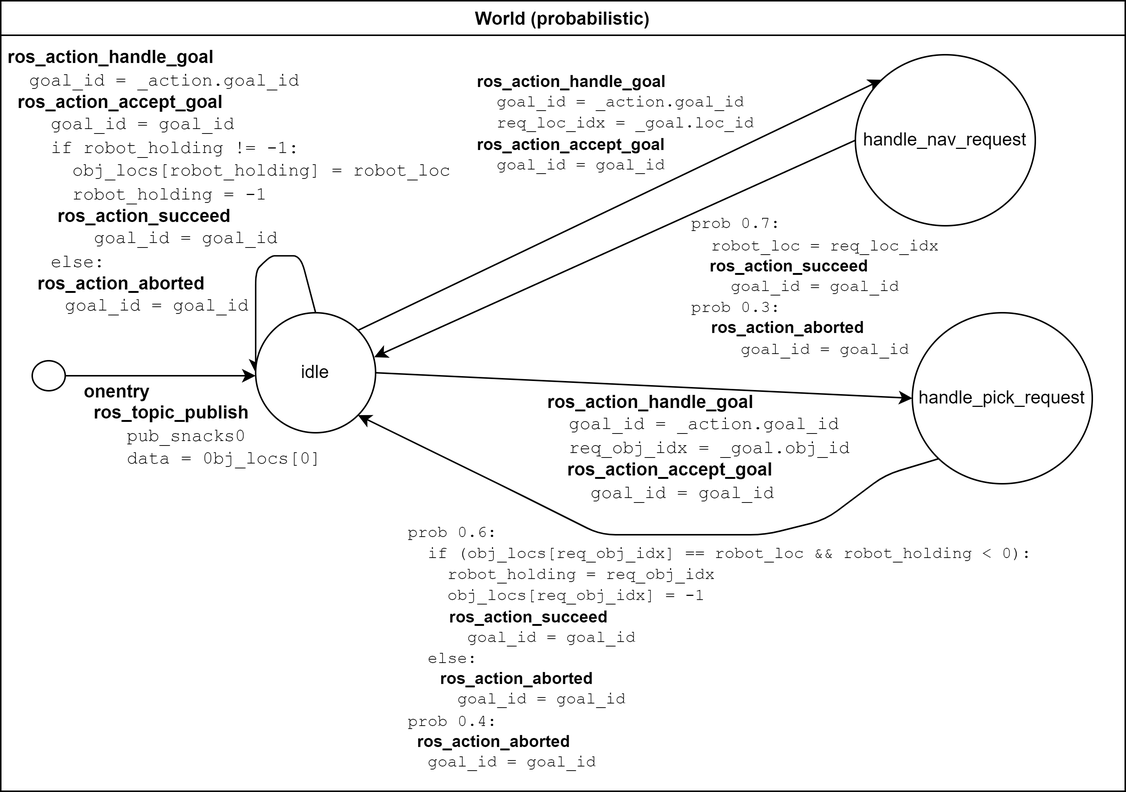
This is docs/source/graphics/scxml_tutorial_ros_fetch_and_carry_world_probabilistic.drawio.png from convince-project/AS2FM, a draw.io export, as it was before one commit. Source tidied: cells renumbered, new cells last; positions are measured from the earlier drawing's top-left corner, leaving out a move shared by most shapes.
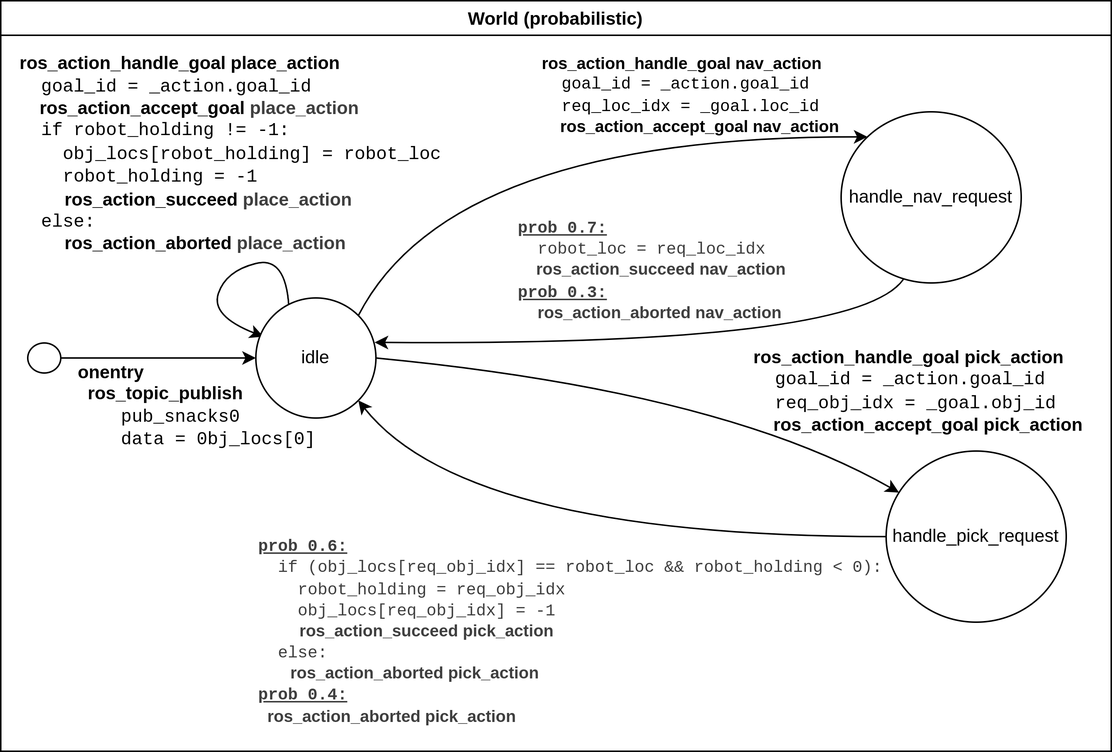
After the change.

Diff of the diagram source:
```diff
@@ -4,78 +4,82 @@
     <mxCell id="1" parent="0" />
     <mxCell id="2" style="edgeStyle=none;html=1;" parent="1" edge="1">
       <mxGeometry relative="1" as="geometry">
-        <mxPoint x="180" y="227" as="sourcePoint" />
-        <mxPoint x="180" y="227" as="targetPoint" />
+        <mxPoint x="190" y="250" as="sourcePoint" />
+        <mxPoint x="190" y="250" as="targetPoint" />
       </mxGeometry>
     </mxCell>
     <mxCell id="3" value="World (probabilistic)" style="swimlane;" parent="1" vertex="1">
-      <mxGeometry width="750" height="527" as="geometry" />
+      <mxGeometry width="740" height="500" as="geometry" />
     </mxCell>
-    <mxCell id="4" style="edgeStyle=none;html=1;exitX=1;exitY=0.5;exitDx=0;exitDy=0;entryX=0;entryY=0.5;entryDx=0;entryDy=0;fontFamily=Helvetica;fontSize=11;fontColor=default;" parent="3" edge="1" source="13" target="15">
-      <mxGeometry relative="1" as="geometry" />
+    <mxCell id="4" style="edgeStyle=none;html=1;exitX=1;exitY=0.5;exitDx=0;exitDy=0;fontFamily=Helvetica;fontSize=11;fontColor=default;rounded=0;curved=1;" parent="3" edge="1" source="13" target="15">
+      <mxGeometry relative="1" as="geometry">
+        <Array as="points">
+          <mxPoint x="480" y="260" />
+        </Array>
+      </mxGeometry>
     </mxCell>
-    <mxCell id="5" style="edgeStyle=none;html=1;entryX=0;entryY=0.5;entryDx=0;entryDy=0;exitX=0.5;exitY=0;exitDx=0;exitDy=0;" parent="3" edge="1" source="13" target="13">
+    <mxCell id="5" style="edgeStyle=none;html=1;entryX=0.063;entryY=0.322;entryDx=0;entryDy=0;exitX=0.275;exitY=0.075;exitDx=0;exitDy=0;rounded=0;curved=1;entryPerimeter=0;exitPerimeter=0;" parent="3" edge="1" source="13" target="13">
       <mxGeometry relative="1" as="geometry">
         <Array as="points">
-          <mxPoint x="200" y="170" />
           <mxPoint x="190" y="170" />
-          <mxPoint x="180" y="170" />
-          <mxPoint x="170" y="180" />
+          <mxPoint x="150" y="180" />
+          <mxPoint x="140" y="210" />
         </Array>
       </mxGeometry>
     </mxCell>
-    <mxCell id="6" value="&lt;b&gt;ros_action_handle_goal&lt;/b&gt;&lt;br&gt;&lt;font face=&quot;Courier New&quot;&gt;&amp;nbsp; goal_id = _action.goal_id&lt;/font&gt;&lt;br&gt;&amp;nbsp; &lt;b&gt;ros_action_accept_goal&lt;/b&gt;&lt;br&gt;&lt;font face=&quot;Courier New&quot;&gt;&amp;nbsp; &amp;nbsp; goal_id = goal_id&lt;br&gt;&amp;nbsp; &amp;nbsp; if robot_holding != -1:&lt;br&gt;&amp;nbsp; &amp;nbsp; &amp;nbsp; obj_locs[robot_holding] = robot_loc&lt;br&gt;&amp;nbsp; &amp;nbsp; &amp;nbsp; robot_holding = -1&lt;/font&gt;&lt;br&gt;&amp;nbsp; &amp;nbsp; &amp;nbsp; &amp;nbsp; &amp;nbsp;&amp;nbsp;&lt;b&gt;ros_action_succeed&lt;/b&gt;&lt;br&gt;&lt;font face=&quot;Courier New&quot;&gt;&amp;nbsp; &amp;nbsp; &amp;nbsp; &amp;nbsp; goal_id = goal_id&lt;br&gt;&amp;nbsp; &amp;nbsp; else:&lt;/font&gt;&lt;br&gt;&amp;nbsp; &amp;nbsp; &amp;nbsp; &lt;b&gt;ros_action_aborted&lt;/b&gt;&lt;br&gt;&amp;nbsp; &amp;nbsp; &amp;nbsp;&lt;font face=&quot;Courier New&quot;&gt; &amp;nbsp; goal_id = goal_id&lt;/font&gt;" style="text;strokeColor=none;align=left;fillColor=none;html=1;verticalAlign=middle;whiteSpace=wrap;rounded=0;" parent="3" vertex="1">
-      <mxGeometry x="3" y="66" width="299" height="110" as="geometry" />
-    </mxCell>
+    <mxCell id="20" value="&lt;b&gt;ros_action_handle_goal place_action&lt;/b&gt;&lt;br&gt;&lt;font face=&quot;Courier New&quot;&gt;&amp;nbsp; goal_id = _action.goal_id&lt;/font&gt;&lt;br&gt;&amp;nbsp; &amp;nbsp;&amp;nbsp;&lt;b&gt;ros_action_accept_goal&amp;nbsp;&lt;/b&gt;&lt;b style=&quot;color: rgb(63, 63, 63); scrollbar-color: rgb(226, 226, 226) rgb(251, 251, 251);&quot;&gt;place_action&lt;/b&gt;&lt;br&gt;&lt;font face=&quot;Courier New&quot;&gt;&amp;nbsp; if robot_holding != -1:&lt;br&gt;&amp;nbsp; &amp;nbsp; obj_locs[robot_holding] = robot_loc&lt;br&gt;&amp;nbsp; &amp;nbsp; robot_holding = -1&lt;/font&gt;&lt;br&gt;&amp;nbsp; &amp;nbsp; &amp;nbsp; &amp;nbsp; &amp;nbsp;&lt;b&gt;ros_action_succeed&amp;nbsp;&lt;/b&gt;&lt;b style=&quot;color: rgb(63, 63, 63); scrollbar-color: rgb(226, 226, 226) rgb(251, 251, 251);&quot;&gt;place_action&lt;/b&gt;&lt;br&gt;&lt;font face=&quot;Courier New&quot;&gt;&amp;nbsp; else:&lt;/font&gt;&lt;br&gt;&amp;nbsp; &amp;nbsp; &amp;nbsp; &amp;nbsp; &amp;nbsp;&lt;b&gt;ros_action_aborted&amp;nbsp;&lt;/b&gt;&lt;b style=&quot;color: rgb(63, 63, 63); scrollbar-color: rgb(226, 226, 226) rgb(251, 251, 251);&quot;&gt;place_action&lt;/b&gt;" style="text;strokeColor=none;align=left;fillColor=none;html=1;verticalAlign=middle;whiteSpace=wrap;rounded=0;" parent="3" vertex="1">
+      <mxGeometry x="11" y="47" width="299" height="110" as="geometry" />
+    </mxCell>
-    <mxCell id="7" style="edgeStyle=none;html=1;exitX=0;exitY=0.5;exitDx=0;exitDy=0;entryX=0.989;entryY=0.37;entryDx=0;entryDy=0;fontFamily=Helvetica;fontSize=11;fontColor=default;entryPerimeter=0;" parent="3" edge="1" source="14" target="13">
-      <mxGeometry relative="1" as="geometry" />
+    <mxCell id="7" style="edgeStyle=none;html=1;exitX=0.345;exitY=0.98;exitDx=0;exitDy=0;entryX=0.989;entryY=0.37;entryDx=0;entryDy=0;fontFamily=Helvetica;fontSize=11;fontColor=default;entryPerimeter=0;rounded=0;curved=1;exitPerimeter=0;" parent="3" edge="1" source="14" target="13">
+      <mxGeometry relative="1" as="geometry">
+        <Array as="points">
+          <mxPoint x="570" y="230" />
+        </Array>
+      </mxGeometry>
     </mxCell>
-    <mxCell id="8" style="edgeStyle=none;html=1;exitX=0;exitY=1;exitDx=0;exitDy=0;entryX=1;entryY=1;entryDx=0;entryDy=0;fontFamily=Helvetica;fontSize=11;fontColor=default;" parent="3" edge="1" source="15" target="13">
-      <mxGeometry relative="1" as="geometry">
-        <Array as="points">
-          <mxPoint x="590" y="316" />
-          <mxPoint x="550" y="346" />
-          <mxPoint x="510" y="356" />
-          <mxPoint x="450" y="356" />
-          <mxPoint x="400" y="356" />
-          <mxPoint x="340" y="326" />
-        </Array>
-      </mxGeometry>
-    </mxCell>
-    <mxCell id="9" value="&lt;div style=&quot;font-size: 12px;&quot;&gt;&lt;span style=&quot;background-color: initial;&quot;&gt;&lt;b&gt;ros_action_handle_goal&lt;/b&gt;&lt;/span&gt;&lt;/div&gt;&lt;div style=&quot;font-size: 12px;&quot;&gt;&lt;span style=&quot;background-color: initial;&quot;&gt;&lt;font face=&quot;Courier New&quot;&gt;&amp;nbsp; goal_id = _action.goal_id&lt;/font&gt;&lt;/span&gt;&lt;/div&gt;&lt;div style=&quot;font-size: 12px;&quot;&gt;&lt;span style=&quot;background-color: initial;&quot;&gt;&lt;font face=&quot;Courier New&quot;&gt;&amp;nbsp; req_obj_idx = _goal.obj_id&lt;/font&gt;&lt;/span&gt;&lt;/div&gt;&lt;div style=&quot;font-size: 12px;&quot;&gt;&lt;span style=&quot;background-color: initial;&quot;&gt;&lt;b&gt;&amp;nbsp; &amp;nbsp; ros_action_accept_goal&lt;/b&gt;&lt;/span&gt;&lt;/div&gt;&lt;div style=&quot;font-size: 12px;&quot;&gt;&lt;span style=&quot;background-color: initial;&quot;&gt;&lt;font face=&quot;Courier New&quot;&gt;&amp;nbsp; &amp;nbsp; goal_id = goal_id&lt;/font&gt;&lt;/span&gt;&lt;/div&gt;" style="text;strokeColor=none;align=left;fillColor=none;html=1;verticalAlign=middle;whiteSpace=wrap;rounded=0;fontFamily=Helvetica;fontSize=11;fontColor=default;" parent="3" vertex="1">
-      <mxGeometry x="363" y="268" width="227" height="60" as="geometry" />
-    </mxCell>
-    <mxCell id="10" value="&lt;font face=&quot;Courier New&quot;&gt;prob 0.7:&lt;br&gt;&amp;nbsp; robot_loc = req_loc_idx&lt;/font&gt;&lt;br&gt;&lt;b&gt;&amp;nbsp; &amp;nbsp; ros_action_succeed&amp;nbsp;&lt;/b&gt;&lt;br&gt;&lt;font face=&quot;Courier New&quot;&gt;&amp;nbsp; &amp;nbsp; goal_id = goal_id&lt;br&gt;prob 0.3:&lt;br&gt;&amp;nbsp;&amp;nbsp;&lt;/font&gt;&lt;b&gt;ros_action_aborted&lt;br&gt;&lt;/b&gt;&lt;span style=&quot;font-family: &amp;quot;Courier New&amp;quot;;&quot;&gt;&amp;nbsp; &amp;nbsp; &amp;nbsp;goal_id = goal_id&lt;/span&gt;&lt;font face=&quot;Courier New&quot;&gt;&lt;br&gt;&lt;/font&gt;" style="text;strokeColor=none;align=left;fillColor=none;html=1;verticalAlign=middle;whiteSpace=wrap;rounded=0;fontFamily=Helvetica;fontSize=11;fontColor=default;" parent="3" vertex="1">
-      <mxGeometry x="459" y="176" width="190" height="30" as="geometry" />
-    </mxCell>
+    <mxCell id="21" value="&lt;div style=&quot;font-size: 12px;&quot;&gt;&lt;span style=&quot;background-color: initial;&quot;&gt;&lt;b&gt;ros_action_handle_goal pick_action&lt;/b&gt;&lt;/span&gt;&lt;/div&gt;&lt;div style=&quot;font-size: 12px;&quot;&gt;&lt;span style=&quot;background-color: initial;&quot;&gt;&lt;font face=&quot;Courier New&quot;&gt;&amp;nbsp; goal_id = _action.goal_id&lt;/font&gt;&lt;/span&gt;&lt;/div&gt;&lt;div style=&quot;font-size: 12px;&quot;&gt;&lt;span style=&quot;background-color: initial;&quot;&gt;&lt;font face=&quot;Courier New&quot;&gt;&amp;nbsp; req_obj_idx = _goal.obj_id&lt;/font&gt;&lt;/span&gt;&lt;/div&gt;&lt;div style=&quot;font-size: 12px;&quot;&gt;&lt;span style=&quot;background-color: initial;&quot;&gt;&lt;b&gt;&amp;nbsp; &amp;nbsp; ros_action_accept_goal pick_action&lt;/b&gt;&lt;/span&gt;&lt;/div&gt;" style="text;strokeColor=none;align=left;fillColor=none;html=1;verticalAlign=middle;whiteSpace=wrap;rounded=0;fontFamily=Helvetica;fontSize=11;fontColor=default;" parent="3" vertex="1">
+      <mxGeometry x="500" y="230" width="227" height="60" as="geometry" />
+    </mxCell>
+    <mxCell id="22" value="&lt;div&gt;&lt;font style=&quot;color: rgb(63, 63, 63); scrollbar-color: rgb(226, 226, 226) rgb(251, 251, 251);&quot; face=&quot;Courier New&quot;&gt;&lt;u&gt;&lt;b&gt;prob 0.7:&lt;/b&gt;&lt;br style=&quot;color: rgb(63, 63, 63); scrollbar-color: rgb(226, 226, 226) rgb(251, 251, 251);&quot;&gt;&lt;/u&gt;&amp;nbsp; robot_loc = req_loc_idx&lt;/font&gt;&lt;br style=&quot;color: rgb(63, 63, 63); scrollbar-color: rgb(226, 226, 226) rgb(251, 251, 251);&quot;&gt;&lt;b style=&quot;color: rgb(63, 63, 63); scrollbar-color: rgb(226, 226, 226) rgb(251, 251, 251);&quot;&gt;&amp;nbsp; &amp;nbsp;&amp;nbsp;&lt;b style=&quot;color: rgb(63, 63, 63); scrollbar-color: rgb(226, 226, 226) rgb(251, 251, 251);&quot;&gt;ros_action_succeed nav_action&lt;/b&gt;&lt;/b&gt;&lt;font style=&quot;color: rgb(63, 63, 63); scrollbar-color: rgb(226, 226, 226) rgb(251, 251, 251);&quot; face=&quot;Courier New&quot;&gt;&lt;br style=&quot;color: rgb(63, 63, 63); scrollbar-color: rgb(226, 226, 226) rgb(251, 251, 251);&quot;&gt;&lt;u&gt;&lt;b&gt;prob 0.3:&lt;/b&gt;&lt;br style=&quot;color: rgb(63, 63, 63); scrollbar-color: rgb(226, 226, 226) rgb(251, 251, 251);&quot;&gt;&lt;/u&gt;&amp;nbsp;&amp;nbsp;&lt;/font&gt;&lt;b style=&quot;color: rgb(63, 63, 63); scrollbar-color: rgb(226, 226, 226) rgb(251, 251, 251);&quot;&gt;ros_action_aborted nav_action&lt;/b&gt;&lt;/div&gt;" style="text;strokeColor=none;align=left;fillColor=none;html=1;verticalAlign=middle;whiteSpace=wrap;rounded=0;fontFamily=Helvetica;fontSize=11;fontColor=default;" parent="3" vertex="1">
+      <mxGeometry x="343" y="165" width="190" height="30" as="geometry" />
+    </mxCell>
-    <mxCell id="11" style="edgeStyle=none;html=1;exitX=1;exitY=0;exitDx=0;exitDy=0;fontFamily=Helvetica;fontSize=11;fontColor=default;entryX=0;entryY=0;entryDx=0;entryDy=0;" parent="3" edge="1" source="13" target="14">
-      <mxGeometry relative="1" as="geometry" />
+    <mxCell id="11" style="edgeStyle=none;html=1;exitX=1;exitY=0;exitDx=0;exitDy=0;fontFamily=Helvetica;fontSize=11;fontColor=default;entryX=0;entryY=0;entryDx=0;entryDy=0;rounded=0;curved=1;" parent="3" edge="1" source="13" target="14">
+      <mxGeometry relative="1" as="geometry">
+        <Array as="points">
+          <mxPoint x="300" y="90" />
+        </Array>
+      </mxGeometry>
     </mxCell>
-    <mxCell id="12" value="&lt;font style=&quot;&quot;&gt;&lt;b&gt;ros_action_handle_goal&lt;/b&gt;&lt;br&gt;&lt;font face=&quot;Courier New&quot;&gt;&amp;nbsp; goal_id = _action.goal_id&lt;br&gt;&lt;/font&gt;&lt;/font&gt;&lt;div style=&quot;&quot;&gt;&lt;/div&gt;&lt;div style=&quot;&quot;&gt;&lt;font face=&quot;Courier New&quot;&gt;&amp;nbsp; req_loc_idx = _goal.loc_id&lt;/font&gt;&lt;br&gt;&lt;b&gt;ros_action_accept_goal&lt;/b&gt;&lt;/div&gt;&lt;div style=&quot;&quot;&gt;&lt;font face=&quot;Courier New&quot;&gt;&amp;nbsp; goal_id = goal_id&lt;/font&gt;&lt;/div&gt;" style="text;strokeColor=none;align=left;fillColor=none;html=1;verticalAlign=middle;whiteSpace=wrap;rounded=0;fontFamily=Helvetica;fontSize=11;fontColor=default;" parent="3" vertex="1">
-      <mxGeometry x="316" y="67" width="210" height="30" as="geometry" />
-    </mxCell>
+    <mxCell id="23" value="&lt;font style=&quot;&quot;&gt;&lt;b&gt;ros_action_handle_goal nav_action&lt;/b&gt;&lt;br&gt;&lt;font face=&quot;Courier New&quot;&gt;&amp;nbsp; goal_id = _action.goal_id&lt;br&gt;&lt;/font&gt;&lt;/font&gt;&lt;div style=&quot;&quot;&gt;&lt;/div&gt;&lt;div style=&quot;&quot;&gt;&lt;font face=&quot;Courier New&quot;&gt;&amp;nbsp; req_loc_idx = _goal.loc_id&lt;/font&gt;&lt;br&gt;&lt;b&gt;&amp;nbsp; &amp;nbsp; ros_action_accept_goal nav_action&lt;/b&gt;&lt;/div&gt;" style="text;strokeColor=none;align=left;fillColor=none;html=1;verticalAlign=middle;whiteSpace=wrap;rounded=0;fontFamily=Helvetica;fontSize=11;fontColor=default;" parent="3" vertex="1">
+      <mxGeometry x="359" y="48" width="210" height="30" as="geometry" />
+    </mxCell>
     <mxCell id="13" value="idle" style="ellipse;whiteSpace=wrap;html=1;" parent="3" vertex="1">
-      <mxGeometry x="170" y="208" width="80" height="80" as="geometry" />
+      <mxGeometry x="170" y="198" width="80" height="80" as="geometry" />
     </mxCell>
     <mxCell id="14" value="handle_nav_request" style="ellipse;whiteSpace=wrap;html=1;" parent="3" vertex="1">
-      <mxGeometry x="570" y="36" width="120" height="114" as="geometry" />
+      <mxGeometry x="560" y="74" width="120" height="114" as="geometry" />
     </mxCell>
+    <mxCell id="8" style="edgeStyle=none;html=1;exitX=0;exitY=0.5;exitDx=0;exitDy=0;entryX=1;entryY=1;entryDx=0;entryDy=0;rounded=0;curved=1;" parent="3" edge="1" source="15" target="13">
+      <mxGeometry relative="1" as="geometry">
+        <Array as="points">
+          <mxPoint x="310" y="357" />
+        </Array>
+      </mxGeometry>
+    </mxCell>
     <mxCell id="15" value="handle_pick_request" style="ellipse;whiteSpace=wrap;html=1;" parent="3" vertex="1">
-      <mxGeometry x="608" y="208" width="120" height="114" as="geometry" />
+      <mxGeometry x="590" y="300" width="120" height="114" as="geometry" />
     </mxCell>
-    <mxCell id="16" style="edgeStyle=none;html=1;exitX=1;exitY=0.5;exitDx=0;exitDy=0;entryX=0;entryY=0.5;entryDx=0;entryDy=0;" parent="3" edge="1" source="17">
-      <mxGeometry relative="1" as="geometry">
-        <mxPoint x="170" y="250" as="targetPoint" />
-      </mxGeometry>
-    </mxCell>
-    <mxCell id="17" style="ellipse;whiteSpace=wrap;html=1;shadow=0;" parent="3" vertex="1">
-      <mxGeometry x="21" y="240" width="22" height="20" as="geometry" />
-    </mxCell>
+    <mxCell id="24" style="edgeStyle=none;html=1;exitX=1;exitY=0.5;exitDx=0;exitDy=0;entryX=0;entryY=0.5;entryDx=0;entryDy=0;" parent="3" edge="1" source="25" target="13">
+      <mxGeometry relative="1" as="geometry" />
+    </mxCell>
+    <mxCell id="25" style="ellipse;whiteSpace=wrap;html=1;shadow=0;" parent="3" vertex="1">
+      <mxGeometry x="18" y="228" width="22" height="20" as="geometry" />
+    </mxCell>
     <mxCell id="18" value="&lt;div style=&quot;text-align: left;&quot;&gt;&lt;span style=&quot;background-color: initial;&quot;&gt;&lt;b&gt;onentry&lt;/b&gt;&lt;/span&gt;&lt;/div&gt;&lt;div style=&quot;text-align: left;&quot;&gt;&lt;span style=&quot;background-color: initial;&quot;&gt;&amp;nbsp;&lt;b&gt; ros_topic_publish&lt;/b&gt;&lt;/span&gt;&lt;/div&gt;&lt;div style=&quot;text-align: left;&quot;&gt;&lt;span style=&quot;background-color: initial;&quot;&gt;&lt;font face=&quot;Courier New&quot;&gt;&amp;nbsp; &amp;nbsp; pub_snacks0&lt;/font&gt;&lt;/span&gt;&lt;/div&gt;&lt;div style=&quot;text-align: left;&quot;&gt;&lt;span style=&quot;background-color: initial;&quot;&gt;&lt;font face=&quot;Courier New&quot;&gt;&amp;nbsp; &amp;nbsp; data = 0bj_locs[0]&lt;/font&gt;&lt;/span&gt;&lt;/div&gt;" style="text;strokeColor=none;align=center;fillColor=none;html=1;verticalAlign=middle;whiteSpace=wrap;rounded=0;" parent="3" vertex="1">
-      <mxGeometry x="40" y="268" width="190" height="30" as="geometry" />
+      <mxGeometry x="36" y="255" width="190" height="30" as="geometry" />
     </mxCell>
-    <mxCell id="19" value="&lt;font face=&quot;Courier New&quot;&gt;prob 0.6:&lt;br&gt;&amp;nbsp; if (obj_locs[req_obj_idx] == robot_loc &amp;amp;&amp;amp; robot_holding &amp;lt; 0):&lt;br&gt;&amp;nbsp; &amp;nbsp; robot_holding = req_obj_idx&lt;br&gt;&amp;nbsp; &amp;nbsp; obj_locs[req_obj_idx] = -1&amp;nbsp;&lt;/font&gt;&lt;br&gt;&amp;nbsp; &amp;nbsp; &amp;nbsp; &amp;nbsp; &amp;nbsp;&lt;b&gt;ros_action_succeed&lt;/b&gt;&lt;br&gt;&lt;font face=&quot;Courier New&quot;&gt;&amp;nbsp; &amp;nbsp; &amp;nbsp; goal_id = goal_id&lt;br&gt;&amp;nbsp; else:&lt;/font&gt;&lt;br&gt;&amp;nbsp; &amp;nbsp; &amp;nbsp; &amp;nbsp;&lt;b&gt;ros_action_aborted&lt;/b&gt;&lt;br&gt;&lt;font face=&quot;Courier New&quot;&gt;&amp;nbsp; &amp;nbsp; &amp;nbsp;goal_id = goal_id&lt;br&gt;prob 0.4:&lt;br&gt;&lt;/font&gt;&lt;b&gt;&amp;nbsp; ros_action_aborted&lt;/b&gt;&lt;br&gt;&lt;font face=&quot;Courier New&quot;&gt;&amp;nbsp; goal_id = goal_id&lt;/font&gt;&lt;font face=&quot;Courier New&quot;&gt;&lt;br&gt;&lt;/font&gt;" style="text;strokeColor=none;align=left;fillColor=none;html=1;verticalAlign=middle;whiteSpace=wrap;rounded=0;fontFamily=Helvetica;fontSize=11;fontColor=default;" parent="3" vertex="1">
-      <mxGeometry x="270" y="371" width="480" height="120" as="geometry" />
-    </mxCell>
+    <mxCell id="26" value="&lt;font style=&quot;color: rgb(63, 63, 63); scrollbar-color: rgb(226, 226, 226) rgb(251, 251, 251);&quot; face=&quot;Courier New&quot;&gt;&lt;b style=&quot;color: rgb(63, 63, 63); scrollbar-color: rgb(226, 226, 226) rgb(251, 251, 251);&quot;&gt;&lt;u style=&quot;color: rgb(63, 63, 63); scrollbar-color: rgb(226, 226, 226) rgb(251, 251, 251);&quot;&gt;prob 0.6:&lt;br style=&quot;color: rgb(63, 63, 63); scrollbar-color: rgb(226, 226, 226) rgb(251, 251, 251);&quot;&gt;&lt;/u&gt;&lt;/b&gt;&amp;nbsp; if (obj_locs[req_obj_idx] == robot_loc &amp;amp;&amp;amp; robot_holding &amp;lt; 0):&lt;br style=&quot;color: rgb(63, 63, 63); scrollbar-color: rgb(226, 226, 226) rgb(251, 251, 251);&quot;&gt;&amp;nbsp; &amp;nbsp; robot_holding = req_obj_idx&lt;br style=&quot;color: rgb(63, 63, 63); scrollbar-color: rgb(226, 226, 226) rgb(251, 251, 251);&quot;&gt;&amp;nbsp; &amp;nbsp; obj_locs[req_obj_idx] = -1&amp;nbsp;&lt;/font&gt;&lt;br style=&quot;color: rgb(63, 63, 63); scrollbar-color: rgb(226, 226, 226) rgb(251, 251, 251);&quot;&gt;&lt;span style=&quot;color: rgb(0, 0, 0);&quot;&gt;&amp;nbsp; &amp;nbsp; &amp;nbsp; &amp;nbsp; &amp;nbsp;&lt;/span&gt;&lt;b style=&quot;color: rgb(63, 63, 63); scrollbar-color: rgb(226, 226, 226) rgb(251, 251, 251);&quot;&gt;ros_action_succeed pick_action&lt;/b&gt;&lt;font style=&quot;color: rgb(63, 63, 63); scrollbar-color: rgb(226, 226, 226) rgb(251, 251, 251);&quot; face=&quot;Courier New&quot;&gt;&lt;br style=&quot;color: rgb(63, 63, 63); scrollbar-color: rgb(226, 226, 226) rgb(251, 251, 251);&quot;&gt;&amp;nbsp; else:&lt;/font&gt;&lt;br style=&quot;color: rgb(63, 63, 63); scrollbar-color: rgb(226, 226, 226) rgb(251, 251, 251);&quot;&gt;&lt;span style=&quot;color: rgb(0, 0, 0);&quot;&gt;&amp;nbsp; &amp;nbsp; &amp;nbsp; &amp;nbsp;&lt;/span&gt;&lt;b style=&quot;color: rgb(63, 63, 63); scrollbar-color: rgb(226, 226, 226) rgb(251, 251, 251);&quot;&gt;ros_action_aborted pick_action&lt;/b&gt;&lt;font style=&quot;color: rgb(63, 63, 63); scrollbar-color: rgb(226, 226, 226) rgb(251, 251, 251);&quot; face=&quot;Courier New&quot;&gt;&lt;br style=&quot;color: rgb(63, 63, 63); scrollbar-color: rgb(226, 226, 226) rgb(251, 251, 251);&quot;&gt;&lt;b style=&quot;color: rgb(63, 63, 63); scrollbar-color: rgb(226, 226, 226) rgb(251, 251, 251);&quot;&gt;&lt;u style=&quot;color: rgb(63, 63, 63); scrollbar-color: rgb(226, 226, 226) rgb(251, 251, 251);&quot;&gt;prob 0.4:&lt;br style=&quot;color: rgb(63, 63, 63); scrollbar-color: rgb(226, 226, 226) rgb(251, 251, 251);&quot;&gt;&lt;/u&gt;&lt;/b&gt;&lt;/font&gt;&lt;b style=&quot;color: rgb(63, 63, 63); scrollbar-color: rgb(226, 226, 226) rgb(251, 251, 251);&quot;&gt;&amp;nbsp; ros_action_aborted pick_action&lt;/b&gt;" style="text;strokeColor=none;align=left;fillColor=none;html=1;verticalAlign=middle;whiteSpace=wrap;rounded=0;fontFamily=Helvetica;fontSize=11;fontColor=default;" parent="3" vertex="1">
+      <mxGeometry x="170" y="360" width="420" height="120" as="geometry" />
+    </mxCell>
   </root>
 </mxGraphModel>
```
